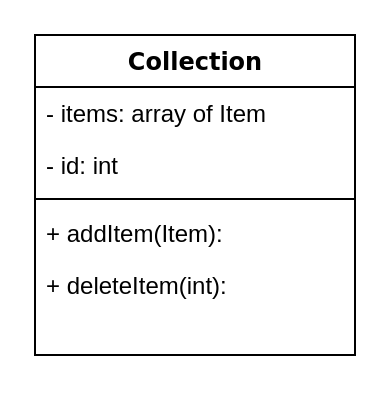
This is Collection.drawio from domzerchi/csci-1082-final, a draw.io file, before an edit. Source tidied: cells renumbered, new cells numbered last; positions are measured from the earlier drawing's top-left corner, leaving out a move shared by most shapes. Both pictures are drawn from the tidied source at 200%, with x=0, y=0 at pixel (34, 34).
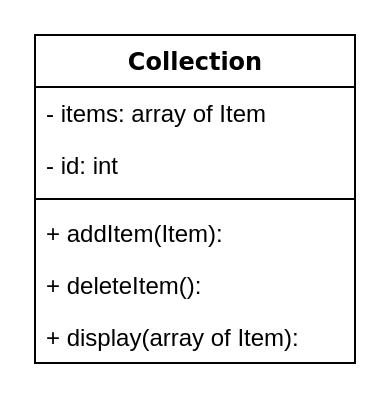
After the change.

Diff of the diagram source:
```diff
@@
 <mxGraphModel background="#ffffff">
   <root>
     <mxCell id="0" />
     <mxCell id="1" parent="0" />
     <mxCell id="2" value="Collection" style="swimlane;html=1;fontStyle=1;align=center;verticalAlign=top;horizontal=1;startSize=26;swimlaneFillColor=#ffffff;rounded=0;shadow=0;comic=0;labelBackgroundColor=none;strokeColor=#000000;strokeWidth=1;fillColor=none;fontFamily=Verdana;fontSize=12;fontColor=#000000;" parent="1" vertex="1">
-      <mxGeometry width="160" height="160" as="geometry" />
+      <mxGeometry width="160" height="164" as="geometry" />
     </mxCell>
     <mxCell id="3" value="- items: array of Item" style="text;html=1;strokeColor=none;fillColor=none;align=left;verticalAlign=top;spacingLeft=4;spacingRight=4;whiteSpace=wrap;overflow=hidden;" parent="2" vertex="1">
       <mxGeometry y="26" width="160" height="26" as="geometry" />
     </mxCell>
     <mxCell id="4" value="- id: int" style="text;html=1;strokeColor=none;fillColor=none;align=left;verticalAlign=top;spacingLeft=4;spacingRight=4;whiteSpace=wrap;overflow=hidden;" parent="2" vertex="1">
       <mxGeometry y="52" width="160" height="26" as="geometry" />
     </mxCell>
     <mxCell id="5" style="line;html=1;strokeWidth=1;fillColor=none;align=left;verticalAlign=middle;spacingTop=-1;spacingLeft=3;spacingRight=3;labelPosition=right;" parent="2" vertex="1">
       <mxGeometry y="78" width="160" height="8" as="geometry" />
     </mxCell>
     <mxCell id="6" value="+ addItem(Item):" style="text;html=1;strokeColor=none;fillColor=none;align=left;verticalAlign=top;spacingLeft=4;spacingRight=4;whiteSpace=wrap;overflow=hidden;" parent="2" vertex="1">
       <mxGeometry y="86" width="160" height="26" as="geometry" />
     </mxCell>
-    <mxCell id="7" value="+ deleteItem(int):" style="text;html=1;strokeColor=none;fillColor=none;align=left;verticalAlign=top;spacingLeft=4;spacingRight=4;whiteSpace=wrap;overflow=hidden;" parent="2" vertex="1">
+    <mxCell id="7" value="+ deleteItem():" style="text;html=1;strokeColor=none;fillColor=none;align=left;verticalAlign=top;spacingLeft=4;spacingRight=4;whiteSpace=wrap;overflow=hidden;" parent="2" vertex="1">
       <mxGeometry y="112" width="160" height="26" as="geometry" />
     </mxCell>
+    <mxCell id="8" value="+ display(array of Item): " style="text;html=1;strokeColor=none;fillColor=none;align=left;verticalAlign=top;spacingLeft=4;spacingRight=4;whiteSpace=wrap;overflow=hidden;" parent="2" vertex="1">
+      <mxGeometry y="138" width="160" height="26" as="geometry" />
+    </mxCell>
   </root>
 </mxGraphModel>
```
